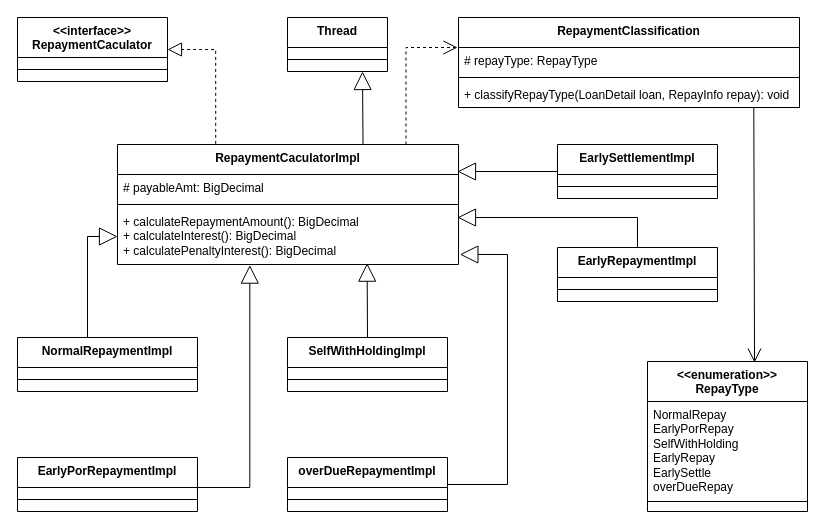
Earlier version of the draw.io diagram 还款试算类图.drawio (wuxiao-web/graduationThesis). Source tidied: cells renumbered, new cells numbered last; positions are measured from the earlier drawing's top-left corner, leaving out a move shared by most shapes. Both pictures are drawn from the tidied source at 100%, with x=0, y=0 at pixel (17, 17).
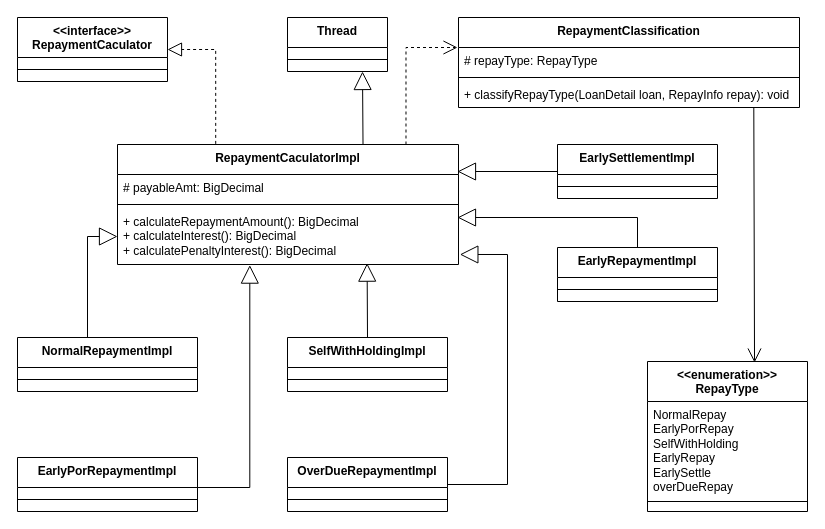
The same diagram, later.

Commit message:
更新还款试算类图.drawio

What changed in the source:
```diff
@@
-    <mxCell id="31" value="overDueRepaymentImpl" style="swimlane;fontStyle=1;align=center;verticalAlign=top;horizontal=1;startSize=30;whiteSpace=wrap;html=1;" parent="1" vertex="1">
+    <mxCell id="31" value="OverDueRepaymentImpl" style="swimlane;fontStyle=1;align=center;verticalAlign=top;horizontal=1;startSize=30;whiteSpace=wrap;html=1;" parent="1" vertex="1">
       <mxGeometry x="270" y="440" width="160" height="54" as="geometry" />
     </mxCell>
```
